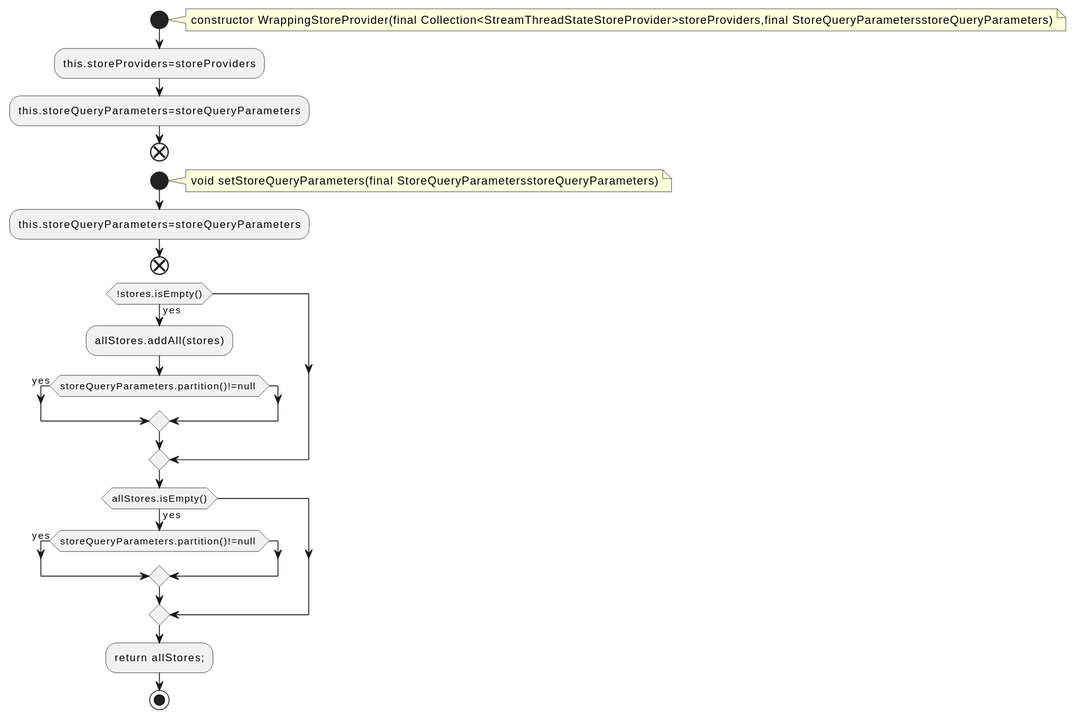
qualitesys/kafka keeps this PlantUML diagram as docs/qc/streams/src/main/java/org/apache/kafka/streams/state/internals/WrappingStoreProvider.java.fct.svg. Above is the earlier version. Source of this version:
```plantuml
@startuml
!pragma layout smetana
start
note right
constructor WrappingStoreProvider(final Collection<StreamThreadStateStoreProvider>storeProviders,final StoreQueryParametersstoreQueryParameters)
end note
:this.storeProviders=storeProviders;
:this.storeQueryParameters=storeQueryParameters;
end
start
note right
void setStoreQueryParameters(final StoreQueryParametersstoreQueryParameters)
end note
:this.storeQueryParameters=storeQueryParameters;
end
if (!stores.isEmpty()) then (yes)
:allStores.addAll(stores);
if (storeQueryParameters.partition()!=null ) then (yes)
endif
endif
if (allStores.isEmpty()) then (yes)
if (storeQueryParameters.partition()!=null ) then (yes)
endif
endif
:return allStores;;
stop
@enduml
```
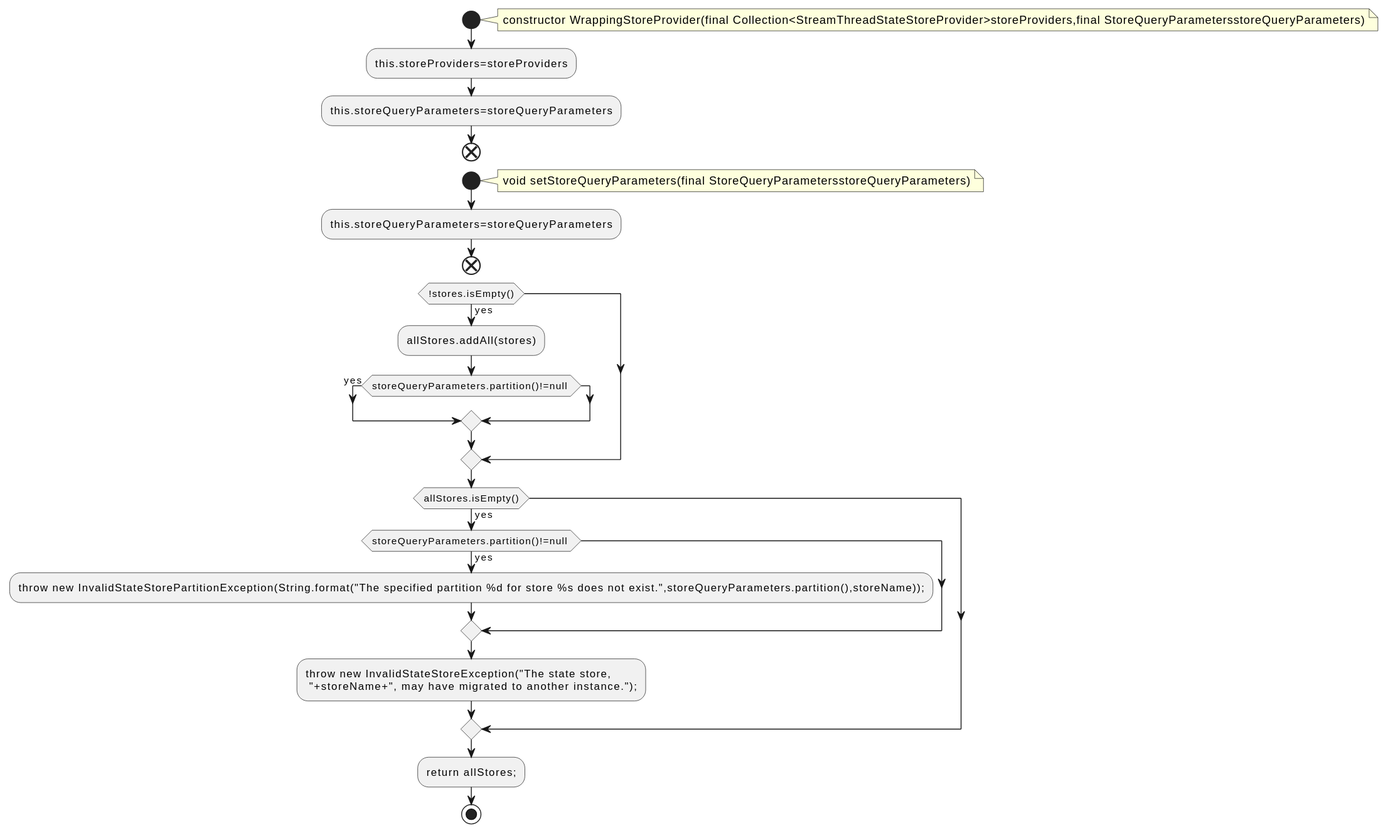
Above is the later version.

What changed in the source:
```diff
@@ -20,7 +20,10 @@
 endif
 if (allStores.isEmpty()) then (yes)
 if (storeQueryParameters.partition()!=null ) then (yes)
+:throw new InvalidStateStorePartitionException(String.format("The specified partition %d for store %s does not exist.",storeQueryParameters.partition(),storeName));;
 endif
+:throw new InvalidStateStoreException("The state store,
+ "+storeName+", may have migrated to another instance.");;
 endif
 :return allStores;;
 stop
```
